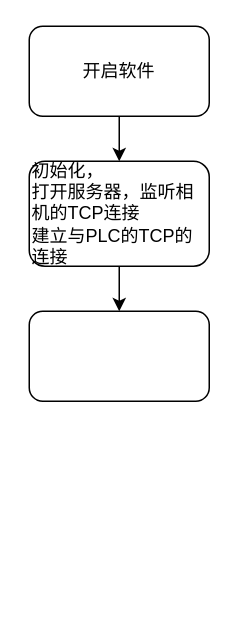
dorian-gao/disgram keeps this draw.io diagram as GUADAO.drawio. Above is the earlier version. Source tidied: cells renumbered, new cells numbered last; positions are measured from the earlier drawing's top-left corner, leaving out a move shared by most shapes. Both pictures are drawn from the tidied source at 150%, with x=0, y=0 at pixel (28, 26).
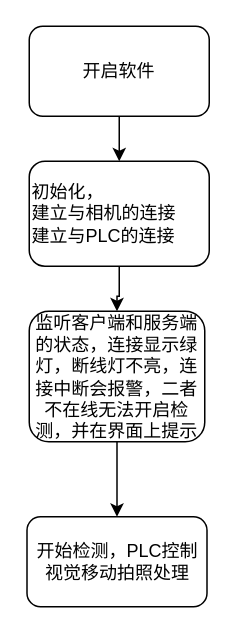
The same page after the edit.

Change to the diagram source:
```diff
@@
 <mxGraphModel>
   <root>
     <mxCell id="0" />
     <mxCell id="1" parent="0" />
     <mxCell id="2" style="edgeStyle=orthogonalEdgeStyle;rounded=0;jettySize=auto;html=1;" parent="1" edge="1" source="3" target="5">
       <mxGeometry relative="1" as="geometry" />
     </mxCell>
     <mxCell id="3" value="开启软件" style="rounded=1;whiteSpace=wrap;html=1;" parent="1" vertex="1">
       <mxGeometry width="120" height="60" as="geometry" />
     </mxCell>
     <mxCell id="4" style="edgeStyle=orthogonalEdgeStyle;rounded=0;jettySize=auto;html=1;" parent="1" edge="1" source="5" target="6">
       <mxGeometry relative="1" as="geometry" />
     </mxCell>
-    <mxCell id="5" value="&lt;div&gt;&lt;span&gt;初始化，&lt;/span&gt;&lt;/div&gt;打开服务器，监听相机的TCP连接&lt;br&gt;建立与PLC的TCP的连接" style="whiteSpace=wrap;html=1;rounded=1;align=left;" parent="1" vertex="1">
+    <mxCell id="5" value="&lt;div&gt;&lt;span&gt;初始化，&lt;/span&gt;&lt;/div&gt;建立与相机的连接&lt;br&gt;建立与PLC的连接" style="whiteSpace=wrap;html=1;rounded=1;align=left;" parent="1" vertex="1">
       <mxGeometry y="90" width="120" height="70" as="geometry" />
     </mxCell>
+    <mxCell id="7" style="edgeStyle=orthogonalEdgeStyle;rounded=0;jettySize=auto;html=1;" parent="1" edge="1" source="6" target="8">
+      <mxGeometry relative="1" as="geometry" />
+    </mxCell>
-    <mxCell id="6" style="whiteSpace=wrap;html=1;rounded=1;" parent="1" vertex="1">
-      <mxGeometry y="190" width="120" height="60" as="geometry" />
+    <mxCell id="6" value="监听客户端和服务端的状态，连接显示绿灯，断线灯不亮，连接中断会报警，二者不在线无法开启检测，并在界面上提示" style="whiteSpace=wrap;html=1;rounded=1;" parent="1" vertex="1">
+      <mxGeometry y="190" width="117" height="87" as="geometry" />
     </mxCell>
+    <mxCell id="8" value="开始检测，PLC控制视觉移动拍照处理" style="whiteSpace=wrap;html=1;rounded=1;" parent="1" vertex="1">
+      <mxGeometry x="-1.5" y="327" width="120" height="60" as="geometry" />
+    </mxCell>
   </root>
 </mxGraphModel>
```
